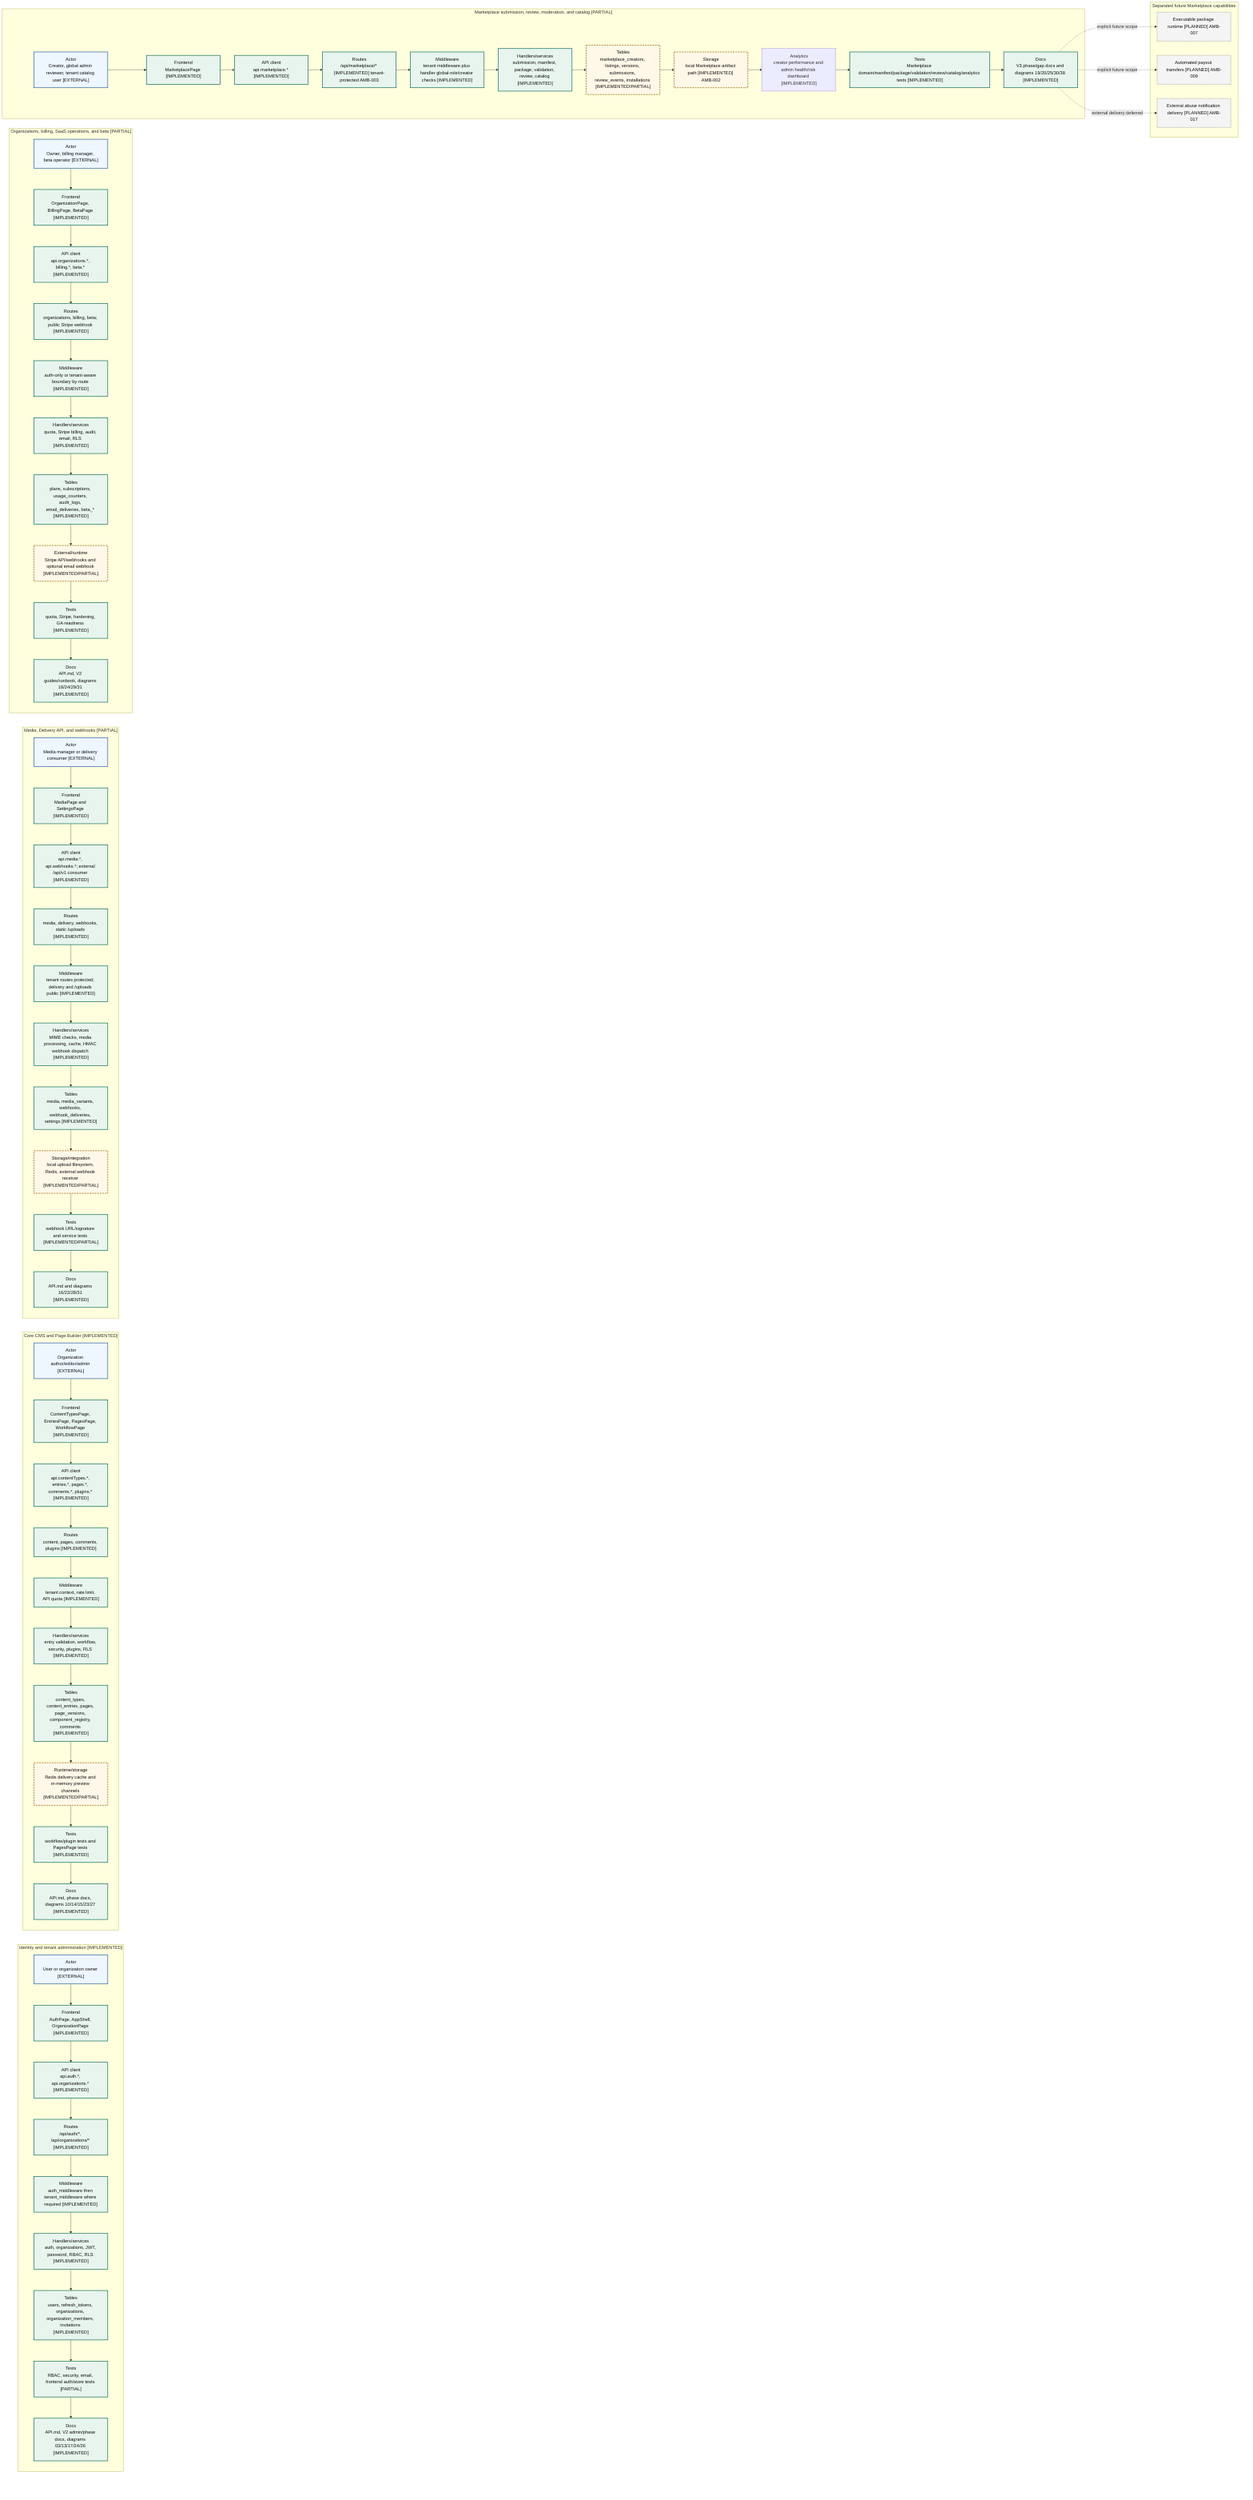
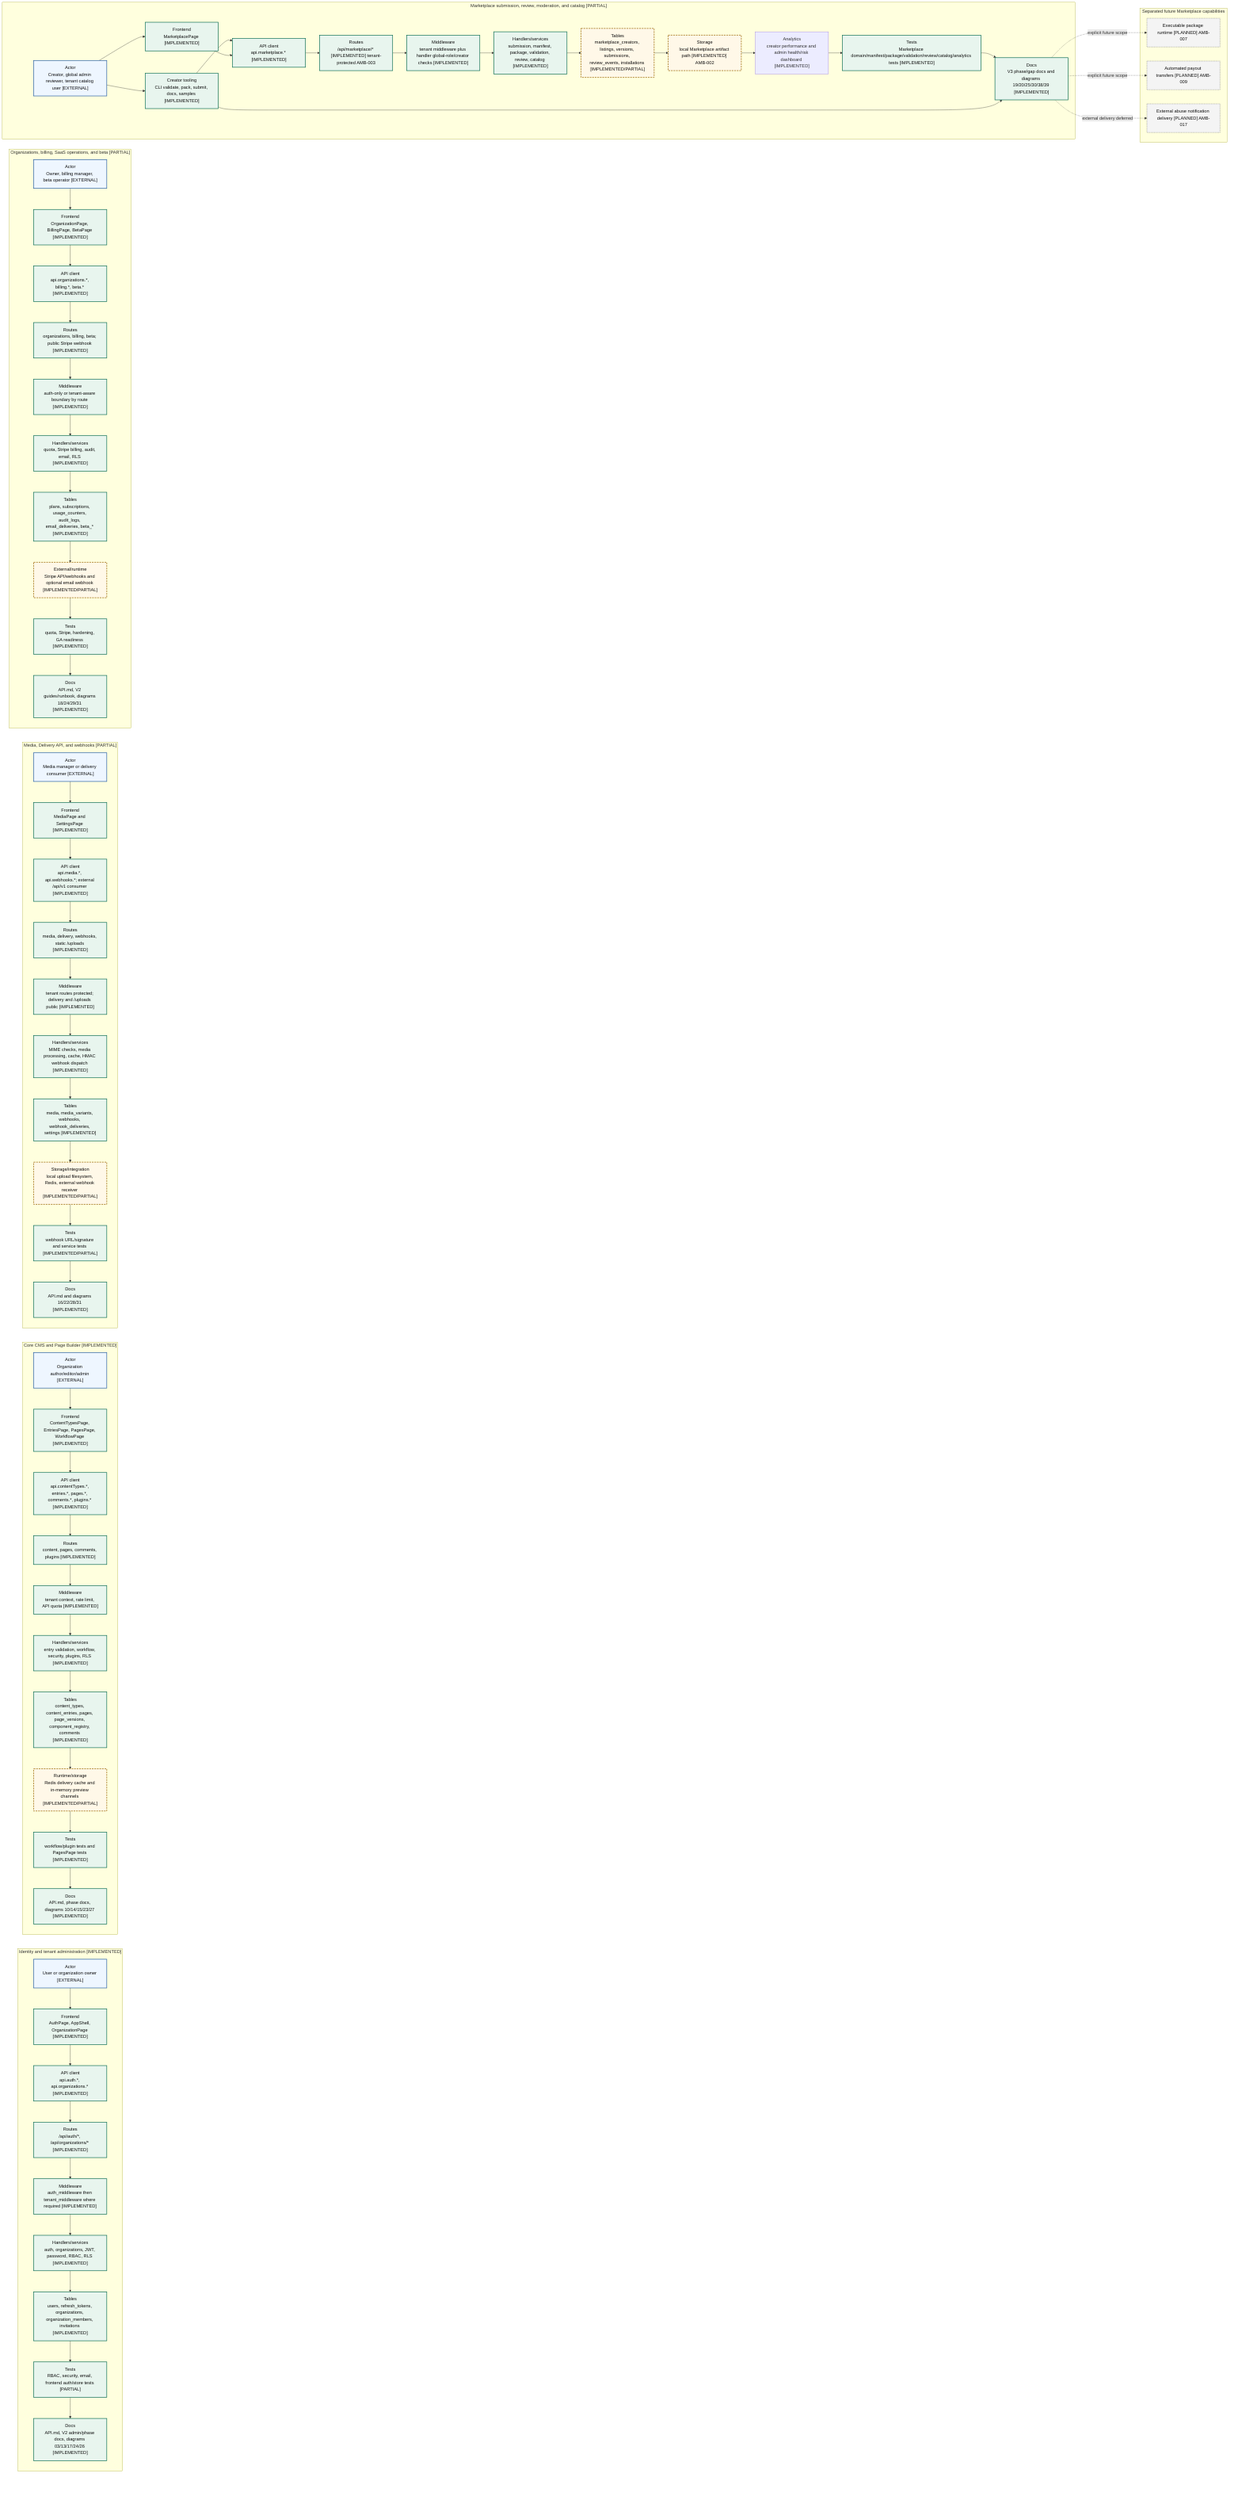
flowchart LR
%% Evidence: backend/src/routes/mod.rs
%% Evidence: backend/src/middleware/auth.rs
%% Evidence: backend/src/middleware/tenant.rs
%% Evidence: backend/src/routes/auth.rs
%% Evidence: backend/src/routes/content.rs
%% Evidence: backend/src/routes/pages.rs
%% Evidence: backend/src/routes/media.rs
%% Evidence: backend/src/routes/delivery.rs
%% Evidence: backend/src/routes/webhooks.rs
%% Evidence: backend/src/routes/organizations.rs
%% Evidence: backend/src/routes/billing.rs
%% Evidence: backend/src/routes/beta.rs
%% Evidence: backend/src/routes/marketplace.rs
%% Evidence: backend/src/services/rls.rs
%% Evidence: backend/src/services/quota.rs
%% Evidence: backend/src/services/stripe_billing.rs
%% Evidence: backend/src/services/marketplace_validation.rs
+ %% Evidence: scripts/marketplace-cli.mjs
+ %% Evidence: docs/MARKETPLACE_CREATOR_GUIDE.md
%% Evidence: frontend/src/router.tsx
%% Evidence: frontend/src/services/api.ts
%% Evidence: frontend/src/stores/useAppStore.ts
%% Evidence: frontend/src/pages/PagesPage.tsx
%% Evidence: frontend/src/pages/MarketplacePage.tsx
%% Evidence: backend/migrations/0001_initial_schema.sql
%% Evidence: backend/migrations/0008_v2_phase_one_organizations.sql
%% Evidence: backend/migrations/0009_v2_phase_three_rls.sql
%% Evidence: backend/migrations/0010_v2_phase_five_billing_quota.sql
%% Evidence: backend/migrations/0015_v3_phase_one_marketplace_foundation.sql
%% Evidence: backend/migrations/0018_v3_phase_four_review_moderation.sql
%% Evidence: docs/API.md

subgraph identity["Identity and tenant administration [IMPLEMENTED]"]
  id_actor["Actor<br/>User or organization owner [EXTERNAL]"]
  id_page["Frontend<br/>AuthPage, AppShell, OrganizationPage [IMPLEMENTED]"]
  id_api["API client<br/>api.auth.*, api.organizations.* [IMPLEMENTED]"]
  id_route["Routes<br/>/api/auth/*, /api/organizations/* [IMPLEMENTED]"]
  id_mw["Middleware<br/>auth_middleware then tenant_middleware where required [IMPLEMENTED]"]
  id_handler["Handlers/services<br/>auth, organizations, JWT, password, RBAC, RLS [IMPLEMENTED]"]
  id_data["Tables<br/>users, refresh_tokens, organizations, organization_members, invitations [IMPLEMENTED]"]
  id_test["Tests<br/>RBAC, security, email, frontend auth/store tests [PARTIAL]"]
  id_doc["Docs<br/>API.md, V2 admin/phase docs, diagrams 03/13/17/24/26 [IMPLEMENTED]"]
end

subgraph cms["Core CMS and Page Builder [IMPLEMENTED]"]
  cms_actor["Actor<br/>Organization author/editor/admin [EXTERNAL]"]
  cms_page["Frontend<br/>ContentTypesPage, EntriesPage, PagesPage, WorkflowPage [IMPLEMENTED]"]
  cms_api["API client<br/>api.contentTypes.*, entries.*, pages.*, comments.*, plugins.* [IMPLEMENTED]"]
  cms_route["Routes<br/>content, pages, comments, plugins [IMPLEMENTED]"]
  cms_mw["Middleware<br/>tenant context, rate limit, API quota [IMPLEMENTED]"]
  cms_handler["Handlers/services<br/>entry validation, workflow, security, plugins, RLS [IMPLEMENTED]"]
  cms_data["Tables<br/>content_types, content_entries, pages, page_versions, component_registry, comments [IMPLEMENTED]"]
  cms_cache["Runtime/storage<br/>Redis delivery cache and in-memory preview channels [IMPLEMENTED/PARTIAL]"]
  cms_test["Tests<br/>workflow/plugin tests and PagesPage tests [IMPLEMENTED]"]
  cms_doc["Docs<br/>API.md, phase docs, diagrams 10/14/15/23/27 [IMPLEMENTED]"]
end

subgraph media_delivery["Media, Delivery API, and webhooks [PARTIAL]"]
  md_actor["Actor<br/>Media manager or delivery consumer [EXTERNAL]"]
  md_page["Frontend<br/>MediaPage and SettingsPage [IMPLEMENTED]"]
  md_api["API client<br/>api.media.*, api.webhooks.*; external /api/v1 consumer [IMPLEMENTED]"]
  md_route["Routes<br/>media, delivery, webhooks, static /uploads [IMPLEMENTED]"]
  md_mw["Middleware<br/>tenant routes protected; delivery and /uploads public [IMPLEMENTED]"]
  md_handler["Handlers/services<br/>MIME checks, media processing, cache, HMAC webhook dispatch [IMPLEMENTED]"]
  md_data["Tables<br/>media, media_variants, webhooks, webhook_deliveries, settings [IMPLEMENTED]"]
  md_external["Storage/integration<br/>local upload filesystem, Redis, external webhook receiver [IMPLEMENTED/PARTIAL]"]
  md_test["Tests<br/>webhook URL/signature and service tests [IMPLEMENTED/PARTIAL]"]
  md_doc["Docs<br/>API.md and diagrams 16/22/28/31 [IMPLEMENTED]"]
end

subgraph billing_ops["Organizations, billing, SaaS operations, and beta [PARTIAL]"]
  bo_actor["Actor<br/>Owner, billing manager, beta operator [EXTERNAL]"]
  bo_page["Frontend<br/>OrganizationPage, BillingPage, BetaPage [IMPLEMENTED]"]
  bo_api["API client<br/>api.organizations.*, billing.*, beta.* [IMPLEMENTED]"]
  bo_route["Routes<br/>organizations, billing, beta; public Stripe webhook [IMPLEMENTED]"]
  bo_mw["Middleware<br/>auth-only or tenant-aware boundary by route [IMPLEMENTED]"]
  bo_handler["Handlers/services<br/>quota, Stripe billing, audit, email, RLS [IMPLEMENTED]"]
  bo_data["Tables<br/>plans, subscriptions, usage_counters, audit_logs, email_deliveries, beta_* [IMPLEMENTED]"]
  bo_external["External/runtime<br/>Stripe API/webhooks and optional email webhook [IMPLEMENTED/PARTIAL]"]
  bo_test["Tests<br/>quota, Stripe, hardening, GA readiness [IMPLEMENTED]"]
  bo_doc["Docs<br/>API.md, V2 guides/runbook, diagrams 18/24/29/31 [IMPLEMENTED]"]
end

subgraph marketplace["Marketplace submission, review, moderation, and catalog [PARTIAL]"]
  mp_actor["Actor<br/>Creator, global admin reviewer, tenant catalog user [EXTERNAL]"]
  mp_page["Frontend<br/>MarketplacePage [IMPLEMENTED]"]
  mp_api["API client<br/>api.marketplace.* [IMPLEMENTED]"]
  mp_route["Routes<br/>/api/marketplace/* [IMPLEMENTED] tenant-protected AMB-003"]
  mp_mw["Middleware<br/>tenant middleware plus handler global-role/creator checks [IMPLEMENTED]"]
  mp_handler["Handlers/services<br/>submission, manifest, package, validation, review, catalog [IMPLEMENTED]"]
  mp_data["Tables<br/>marketplace_creators, listings, versions, submissions, review_events, installations [IMPLEMENTED/PARTIAL]"]
  mp_storage["Storage<br/>local Marketplace artifact path [IMPLEMENTED] AMB-002"]
  mp_analytics["Analytics<br/>creator performance and admin health/risk dashboard [IMPLEMENTED]"]
+   mp_tooling["Creator tooling<br/>CLI validate, pack, submit, docs, samples [IMPLEMENTED]"]
  mp_test["Tests<br/>Marketplace domain/manifest/package/validation/review/catalog/analytics tests [IMPLEMENTED]"]
-   mp_doc["Docs<br/>V3 phase/gap docs and diagrams 19/20/25/30/38 [IMPLEMENTED]"]
+   mp_doc["Docs<br/>V3 phase/gap docs and diagrams 19/20/25/30/38/39 [IMPLEMENTED]"]
end

subgraph excluded["Separated future Marketplace capabilities"]
  install_future["Executable package runtime [PLANNED] AMB-007"]
  payout_future["Automated payout transfers [PLANNED] AMB-009"]
  notification_future["External abuse notification delivery [PLANNED] AMB-017"]
end

id_actor --> id_page --> id_api --> id_route --> id_mw --> id_handler --> id_data --> id_test --> id_doc
cms_actor --> cms_page --> cms_api --> cms_route --> cms_mw --> cms_handler --> cms_data --> cms_cache --> cms_test --> cms_doc
md_actor --> md_page --> md_api --> md_route --> md_mw --> md_handler --> md_data --> md_external --> md_test --> md_doc
bo_actor --> bo_page --> bo_api --> bo_route --> bo_mw --> bo_handler --> bo_data --> bo_external --> bo_test --> bo_doc
+ mp_actor --> mp_tooling --> mp_api
mp_actor --> mp_page --> mp_api --> mp_route --> mp_mw --> mp_handler --> mp_data --> mp_storage --> mp_analytics --> mp_test --> mp_doc
+ mp_tooling --> mp_doc
mp_doc -. "explicit future scope" .-> install_future
mp_doc -. "explicit future scope" .-> payout_future
mp_doc -. "external delivery deferred" .-> notification_future

classDef implemented fill:#e8f5ee,stroke:#17745b,stroke-width:2px,color:#111;
classDef partial fill:#fff8e8,stroke:#9a6500,stroke-width:2px,stroke-dasharray: 6 3,color:#111;
classDef planned fill:#f4f4f4,stroke:#666,stroke-width:2px,stroke-dasharray: 2 4,color:#111;
classDef external fill:#eef6ff,stroke:#3367a8,stroke-width:2px,color:#111;

- class id_page,id_api,id_route,id_mw,id_handler,id_data,id_test,id_doc,cms_page,cms_api,cms_route,cms_mw,cms_handler,cms_data,cms_test,cms_doc,md_page,md_api,md_route,md_mw,md_handler,md_data,md_test,md_doc,bo_page,bo_api,bo_route,bo_mw,bo_handler,bo_data,bo_test,bo_doc,mp_page,mp_api,mp_route,mp_mw,mp_handler,mp_test,mp_doc implemented;
+ class id_page,id_api,id_route,id_mw,id_handler,id_data,id_test,id_doc,cms_page,cms_api,cms_route,cms_mw,cms_handler,cms_data,cms_test,cms_doc,md_page,md_api,md_route,md_mw,md_handler,md_data,md_test,md_doc,bo_page,bo_api,bo_route,bo_mw,bo_handler,bo_data,bo_test,bo_doc,mp_page,mp_api,mp_route,mp_mw,mp_handler,mp_tooling,mp_test,mp_doc implemented;
class cms_cache,md_external,bo_external,mp_data,mp_storage partial;
class install_future,payout_future,notification_future planned;
class id_actor,cms_actor,md_actor,bo_actor,mp_actor external;
